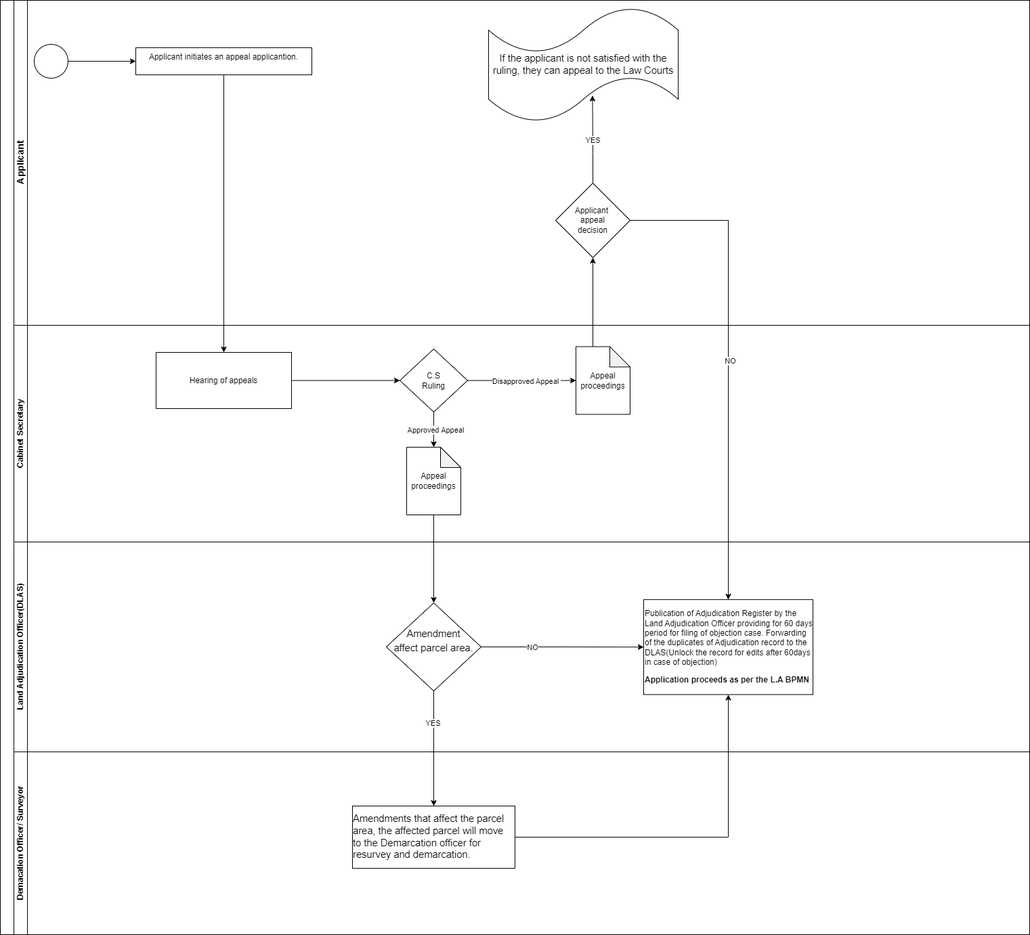
geoprojectke/BPMN keeps this draw.io diagram as Land Adjudication Appeal to the C.S.drawio.png. Above is the earlier version. Source tidied: cells renumbered, new cells last; positions are measured from the earlier drawing's top-left corner, leaving out a move shared by most shapes.
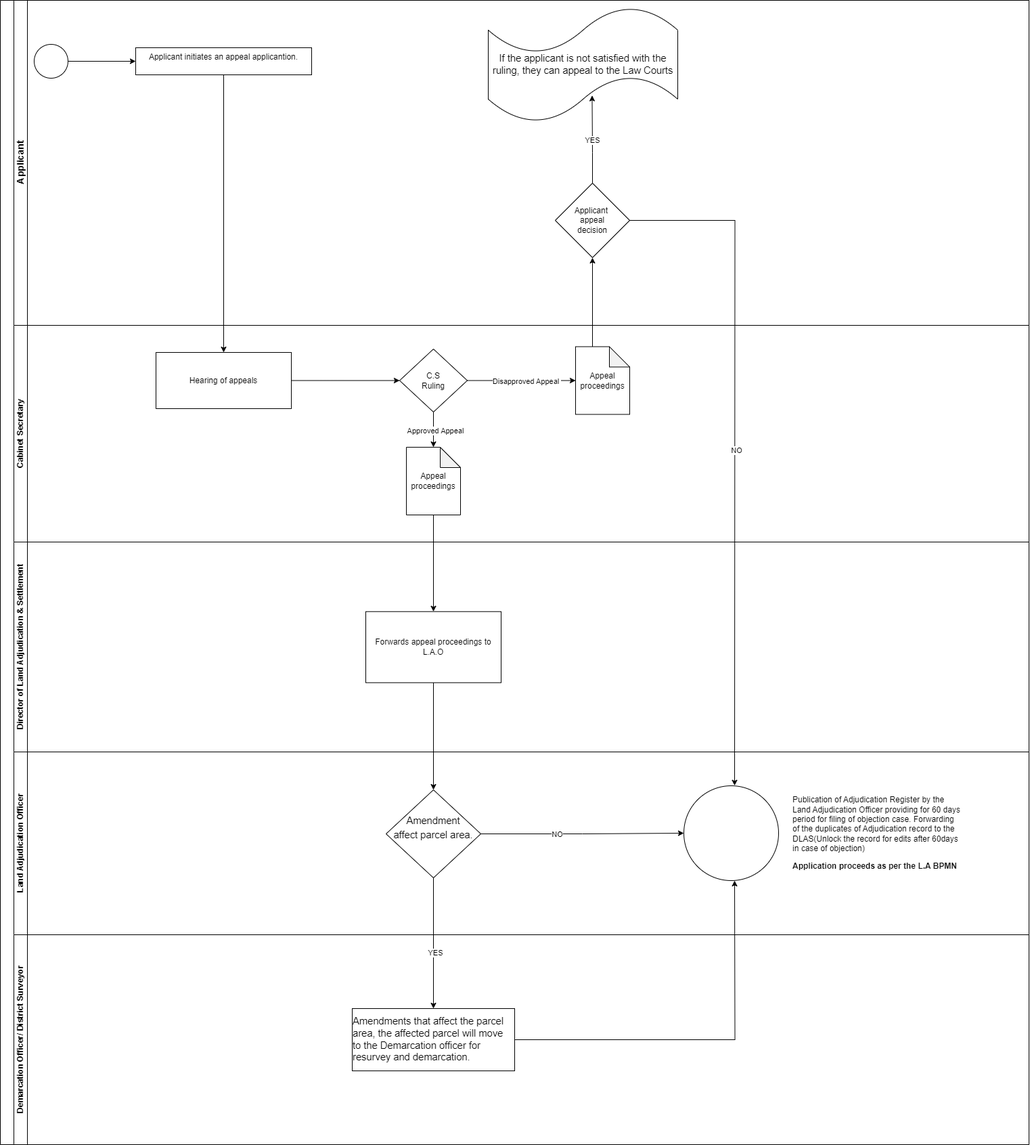
The same file after the commit.

Change to the diagram source:
```diff
@@ -3,7 +3,7 @@
     <mxCell id="0" />
     <mxCell id="1" parent="0" />
     <mxCell id="2" style="swimlane;html=1;horizontal=0;startSize=20;whiteSpace=wrap;" parent="1" vertex="1">
-      <mxGeometry width="1520" height="1380" as="geometry" />
+      <mxGeometry width="1520" height="1690" as="geometry" />
     </mxCell>
     <mxCell id="3" value="&lt;font style=&quot;font-size: 14px;&quot;&gt;Applicant&lt;/font&gt;" style="swimlane;html=1;startSize=20;horizontal=0;" parent="2" vertex="1">
       <mxGeometry x="20" width="1500" height="480" as="geometry" />
@@ -59,22 +59,13 @@
     <mxCell id="20" value="Approved Appeal" style="edgeLabel;html=1;align=center;verticalAlign=middle;" parent="19" vertex="1">
       <mxGeometry x="0.01" y="2" relative="1" as="geometry" />
     </mxCell>
-    <mxCell id="21" value="Land Adjudication Officer(DLAS)" style="swimlane;html=1;startSize=20;horizontal=0;" parent="2" vertex="1">
+    <mxCell id="21" value="Director of Land Adjudication &amp;amp; Settlement" style="swimlane;html=1;startSize=20;horizontal=0;" parent="2" vertex="1">
       <mxGeometry x="20" y="800" width="1500" height="310" as="geometry" />
     </mxCell>
-    <mxCell id="22" style="edgeStyle=orthogonalEdgeStyle;rounded=0;jettySize=auto;html=1;exitX=1;exitY=0.5;exitDx=0;exitDy=0;entryX=0;entryY=0.5;entryDx=0;entryDy=0;" parent="21" edge="1" source="25" target="24">
-      <mxGeometry relative="1" as="geometry" />
-    </mxCell>
-    <mxCell id="23" value="NO" style="edgeLabel;html=1;align=center;verticalAlign=middle;" parent="22" vertex="1">
-      <mxGeometry x="-0.38" relative="1" as="geometry" />
-    </mxCell>
-    <mxCell id="24" value="&lt;p class=&quot;MsoNormal&quot;&gt;&lt;span lang=&quot;EN-GB&quot;&gt;Publication of Adjudication Register by the Land Adjudication Officer providing for 60 days period for filing of objection case. Forwarding of the duplicates of Adjudication record to the DLAS(Unlock the record for edits after 60days in case of objection)&lt;/span&gt;&lt;/p&gt;&lt;p class=&quot;MsoNormal&quot;&gt;&lt;span lang=&quot;EN-GB&quot;&gt;&lt;b&gt;Application proceeds as per the L.A BPMN&lt;/b&gt;&lt;/span&gt;&lt;/p&gt;" style="rounded=0;whiteSpace=wrap;html=1;align=left;" parent="21" vertex="1">
-      <mxGeometry x="930" y="85.1" width="250" height="140.2" as="geometry" />
-    </mxCell>
-    <mxCell id="25" value="&lt;p style=&quot;line-height: 1.38; margin-top: 0pt; margin-bottom: 0pt;&quot; dir=&quot;ltr&quot;&gt;&lt;span style=&quot;font-size: 11pt; font-family: Arial, sans-serif; background-color: transparent; font-variant-numeric: normal; font-variant-east-asian: normal; font-variant-alternates: normal; font-variant-position: normal; vertical-align: baseline; white-space-collapse: preserve;&quot;&gt;Amendment&lt;/span&gt;&lt;/p&gt;&lt;p style=&quot;line-height: 1.38; margin-top: 0pt; margin-bottom: 0pt;&quot; dir=&quot;ltr&quot;&gt;&lt;span style=&quot;font-size: 11pt; font-family: Arial, sans-serif; background-color: transparent; font-variant-numeric: normal; font-variant-east-asian: normal; font-variant-alternates: normal; font-variant-position: normal; vertical-align: baseline; white-space-collapse: preserve;&quot;&gt;affect parcel area.&lt;/span&gt;&lt;/p&gt;&lt;div&gt;&lt;span style=&quot;font-size: 11pt; font-family: Arial, sans-serif; background-color: transparent; font-variant-numeric: normal; font-variant-east-asian: normal; font-variant-alternates: normal; font-variant-position: normal; vertical-align: baseline; white-space-collapse: preserve;&quot;&gt;&lt;br&gt;&lt;/span&gt;&lt;/div&gt;" style="rhombus;whiteSpace=wrap;html=1;" parent="21" vertex="1">
-      <mxGeometry x="550" y="90" width="140" height="130" as="geometry" />
-    </mxCell>
+    <mxCell id="38" value="Forwards appeal proceedings to L.A.O" style="rounded=0;whiteSpace=wrap;html=1;" parent="21" vertex="1">
+      <mxGeometry x="520" y="102.7" width="200" height="105" as="geometry" />
+    </mxCell>
-    <mxCell id="26" value="Demacation Officer/ Surveyor" style="swimlane;html=1;startSize=20;horizontal=0;" parent="2" vertex="1">
+    <mxCell id="26" value="Land Adjudication Officer" style="swimlane;html=1;startSize=20;horizontal=0;" parent="2" vertex="1">
       <mxGeometry x="20" y="1110" width="1500" height="270" as="geometry" />
     </mxCell>
     <mxCell id="27" style="edgeStyle=orthogonalEdgeStyle;rounded=0;orthogonalLoop=1;jettySize=auto;html=1;exitX=0.5;exitY=1;exitDx=0;exitDy=0;" parent="26" edge="1">
@@ -85,32 +76,57 @@
     <mxCell id="28" value="Rejects" style="edgeLabel;html=1;align=center;verticalAlign=middle;" parent="27" vertex="1">
       <mxGeometry x="-0.29" y="-3" relative="1" as="geometry" />
     </mxCell>
-    <mxCell id="29" value="&lt;div style=&quot;text-align: left;&quot;&gt;&lt;span id=&quot;docs-internal-guid-d6d3c011-7fff-b26b-1240-02130e1e9896&quot;&gt;&lt;span style=&quot;font-size: 11pt; font-family: Arial, sans-serif; background-color: transparent; font-variant-numeric: normal; font-variant-east-asian: normal; font-variant-alternates: normal; font-variant-position: normal; vertical-align: baseline; white-space-collapse: preserve;&quot;&gt;Amendments that affect the parcel area, the affected parcel will move to the Demarcation officer for resurvey and demarcation.&lt;/span&gt;&lt;/span&gt;&lt;br&gt;&lt;/div&gt;" style="whiteSpace=wrap;html=1;" parent="26" vertex="1">
-      <mxGeometry x="500" y="80" width="240" height="92" as="geometry" />
-    </mxCell>
+    <mxCell id="39" style="edgeStyle=orthogonalEdgeStyle;rounded=0;jettySize=auto;html=1;exitX=1;exitY=0.5;exitDx=0;exitDy=0;entryX=0;entryY=0.5;entryDx=0;entryDy=0;" parent="26" edge="1" source="25" target="40">
+      <mxGeometry relative="1" as="geometry" />
+    </mxCell>
+    <mxCell id="23" value="NO" style="edgeLabel;html=1;align=center;verticalAlign=middle;" parent="39" vertex="1">
+      <mxGeometry x="-0.26" relative="1" as="geometry" />
+    </mxCell>
+    <mxCell id="25" value="&lt;p style=&quot;line-height: 1.38; margin-top: 0pt; margin-bottom: 0pt;&quot; dir=&quot;ltr&quot;&gt;&lt;span style=&quot;font-size: 11pt; font-family: Arial, sans-serif; background-color: transparent; font-variant-numeric: normal; font-variant-east-asian: normal; font-variant-alternates: normal; font-variant-position: normal; vertical-align: baseline; white-space-collapse: preserve;&quot;&gt;Amendment&lt;/span&gt;&lt;/p&gt;&lt;p style=&quot;line-height: 1.38; margin-top: 0pt; margin-bottom: 0pt;&quot; dir=&quot;ltr&quot;&gt;&lt;span style=&quot;font-size: 11pt; font-family: Arial, sans-serif; background-color: transparent; font-variant-numeric: normal; font-variant-east-asian: normal; font-variant-alternates: normal; font-variant-position: normal; vertical-align: baseline; white-space-collapse: preserve;&quot;&gt;affect parcel area.&lt;/span&gt;&lt;/p&gt;&lt;div&gt;&lt;span style=&quot;font-size: 11pt; font-family: Arial, sans-serif; background-color: transparent; font-variant-numeric: normal; font-variant-east-asian: normal; font-variant-alternates: normal; font-variant-position: normal; vertical-align: baseline; white-space-collapse: preserve;&quot;&gt;&lt;br&gt;&lt;/span&gt;&lt;/div&gt;" style="rhombus;whiteSpace=wrap;html=1;" parent="26" vertex="1">
+      <mxGeometry x="550" y="56" width="140" height="130" as="geometry" />
+    </mxCell>
+    <mxCell id="40" style="ellipse;whiteSpace=wrap;html=1;" parent="26" vertex="1">
+      <mxGeometry x="990" y="50" width="140" height="140" as="geometry" />
+    </mxCell>
+    <mxCell id="24" value="&lt;p style=&quot;text-align: left;&quot; class=&quot;MsoNormal&quot;&gt;&lt;span lang=&quot;EN-GB&quot;&gt;Publication of Adjudication Register by the Land Adjudication Officer providing for 60 days period for filing of objection case. Forwarding of the duplicates of Adjudication record to the DLAS(Unlock the record for edits after 60days in case of objection)&lt;/span&gt;&lt;/p&gt;&lt;p style=&quot;text-align: left;&quot; class=&quot;MsoNormal&quot;&gt;&lt;span lang=&quot;EN-GB&quot;&gt;&lt;b&gt;Application proceeds as per the L.A BPMN&lt;/b&gt;&lt;/span&gt;&lt;/p&gt;" style="whiteSpace=wrap;html=1;strokeColor=none;" parent="26" vertex="1">
+      <mxGeometry x="1150" y="50" width="250" height="140" as="geometry" />
+    </mxCell>
     <mxCell id="30" style="edgeStyle=orthogonalEdgeStyle;rounded=0;jettySize=auto;html=1;exitX=0.5;exitY=1;exitDx=0;exitDy=0;" parent="2" edge="1" source="6" target="13">
       <mxGeometry relative="1" as="geometry" />
     </mxCell>
-    <mxCell id="31" style="edgeStyle=orthogonalEdgeStyle;rounded=0;jettySize=auto;html=1;exitX=0.5;exitY=1;exitDx=0;exitDy=0;exitPerimeter=0;" parent="2" edge="1" source="18" target="25">
-      <mxGeometry relative="1" as="geometry" />
-    </mxCell>
-    <mxCell id="32" style="edgeStyle=orthogonalEdgeStyle;rounded=0;jettySize=auto;html=1;entryX=0.5;entryY=0;entryDx=0;entryDy=0;exitX=0.5;exitY=1;exitDx=0;exitDy=0;" parent="2" edge="1" source="25" target="29">
-      <mxGeometry relative="1" as="geometry" />
-    </mxCell>
-    <mxCell id="33" value="YES" style="edgeLabel;html=1;align=center;verticalAlign=middle;" parent="32" vertex="1">
-      <mxGeometry x="-0.45" y="-2" relative="1" as="geometry" />
-    </mxCell>
-    <mxCell id="34" style="edgeStyle=orthogonalEdgeStyle;rounded=0;jettySize=auto;html=1;exitX=1;exitY=0.5;exitDx=0;exitDy=0;entryX=0.5;entryY=1;entryDx=0;entryDy=0;" parent="2" edge="1" source="29" target="24">
-      <mxGeometry relative="1" as="geometry" />
-    </mxCell>
     <mxCell id="35" style="edgeStyle=orthogonalEdgeStyle;rounded=0;jettySize=auto;html=1;exitX=0;exitY=0;exitDx=25;exitDy=0;exitPerimeter=0;entryX=0.5;entryY=1;entryDx=0;entryDy=0;" parent="2" edge="1" source="15" target="8">
       <mxGeometry relative="1" as="geometry" />
     </mxCell>
-    <mxCell id="36" style="edgeStyle=orthogonalEdgeStyle;rounded=0;jettySize=auto;html=1;exitX=1;exitY=0.5;exitDx=0;exitDy=0;entryX=0.5;entryY=0;entryDx=0;entryDy=0;" parent="2" edge="1" source="8" target="24">
-      <mxGeometry relative="1" as="geometry" />
+    <mxCell id="36" style="edgeStyle=orthogonalEdgeStyle;rounded=0;jettySize=auto;html=1;exitX=1;exitY=0.5;exitDx=0;exitDy=0;entryX=0.5;entryY=0;entryDx=0;entryDy=0;" parent="2" edge="1" source="8">
+      <mxGeometry relative="1" as="geometry">
+        <mxPoint x="1085" y="1159.8" as="targetPoint" />
+      </mxGeometry>
     </mxCell>
     <mxCell id="37" value="NO" style="edgeLabel;html=1;align=center;verticalAlign=middle;" parent="36" vertex="1">
       <mxGeometry y="2" relative="1" as="geometry" />
     </mxCell>
+    <mxCell id="41" value="Demarcation Officer/ District Surveyor" style="swimlane;html=1;startSize=20;horizontal=0;" parent="2" vertex="1">
+      <mxGeometry x="20" y="1380" width="1500" height="310" as="geometry" />
+    </mxCell>
+    <mxCell id="29" value="&lt;div style=&quot;text-align: left;&quot;&gt;&lt;span id=&quot;docs-internal-guid-d6d3c011-7fff-b26b-1240-02130e1e9896&quot;&gt;&lt;span style=&quot;font-size: 11pt; font-family: Arial, sans-serif; background-color: transparent; font-variant-numeric: normal; font-variant-east-asian: normal; font-variant-alternates: normal; font-variant-position: normal; vertical-align: baseline; white-space-collapse: preserve;&quot;&gt;Amendments that affect the parcel area, the affected parcel will move to the Demarcation officer for resurvey and demarcation.&lt;/span&gt;&lt;/span&gt;&lt;br&gt;&lt;/div&gt;" style="whiteSpace=wrap;html=1;" parent="41" vertex="1">
+      <mxGeometry x="500" y="109" width="240" height="92" as="geometry" />
+    </mxCell>
+    <mxCell id="42" style="edgeStyle=orthogonalEdgeStyle;rounded=0;jettySize=auto;html=1;exitX=0.5;exitY=1;exitDx=0;exitDy=0;exitPerimeter=0;entryX=0.5;entryY=0;entryDx=0;entryDy=0;" parent="2" edge="1" source="18" target="38">
+      <mxGeometry relative="1" as="geometry" />
+    </mxCell>
+    <mxCell id="43" style="edgeStyle=orthogonalEdgeStyle;rounded=0;jettySize=auto;html=1;exitX=0.5;exitY=1;exitDx=0;exitDy=0;entryX=0.5;entryY=0;entryDx=0;entryDy=0;" parent="2" edge="1" source="38" target="25">
+      <mxGeometry relative="1" as="geometry" />
+    </mxCell>
+    <mxCell id="32" style="edgeStyle=orthogonalEdgeStyle;rounded=0;jettySize=auto;html=1;exitX=0.5;exitY=1;exitDx=0;exitDy=0;entryX=0.5;entryY=0;entryDx=0;entryDy=0;" parent="2" edge="1" source="25" target="29">
+      <mxGeometry relative="1" as="geometry" />
+    </mxCell>
+    <mxCell id="33" value="YES" style="edgeLabel;html=1;align=center;verticalAlign=middle;" parent="32" vertex="1">
+      <mxGeometry x="0.14" y="2" relative="1" as="geometry" />
+    </mxCell>
+    <mxCell id="44" style="edgeStyle=orthogonalEdgeStyle;rounded=0;jettySize=auto;html=1;exitX=1;exitY=0.5;exitDx=0;exitDy=0;entryX=0.5;entryY=1;entryDx=0;entryDy=0;" parent="2" edge="1" source="29">
+      <mxGeometry relative="1" as="geometry">
+        <mxPoint x="1085" y="1300" as="targetPoint" />
+      </mxGeometry>
+    </mxCell>
   </root>
 </mxGraphModel>
```
